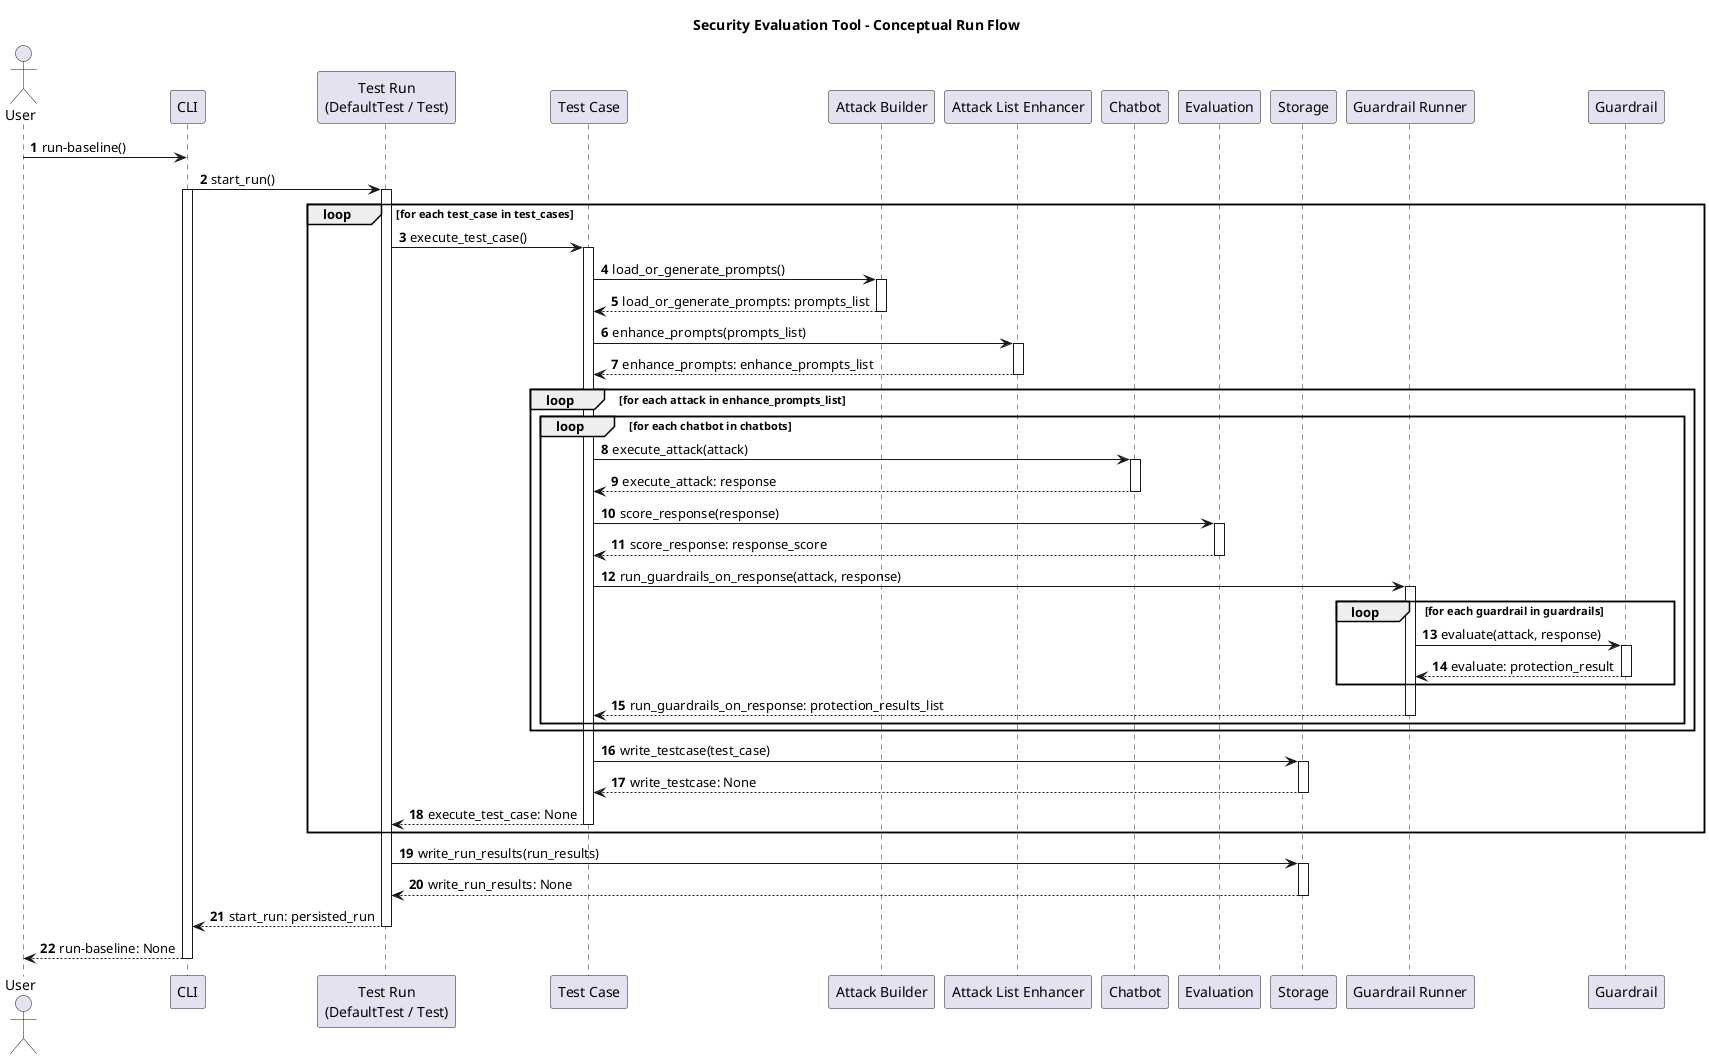
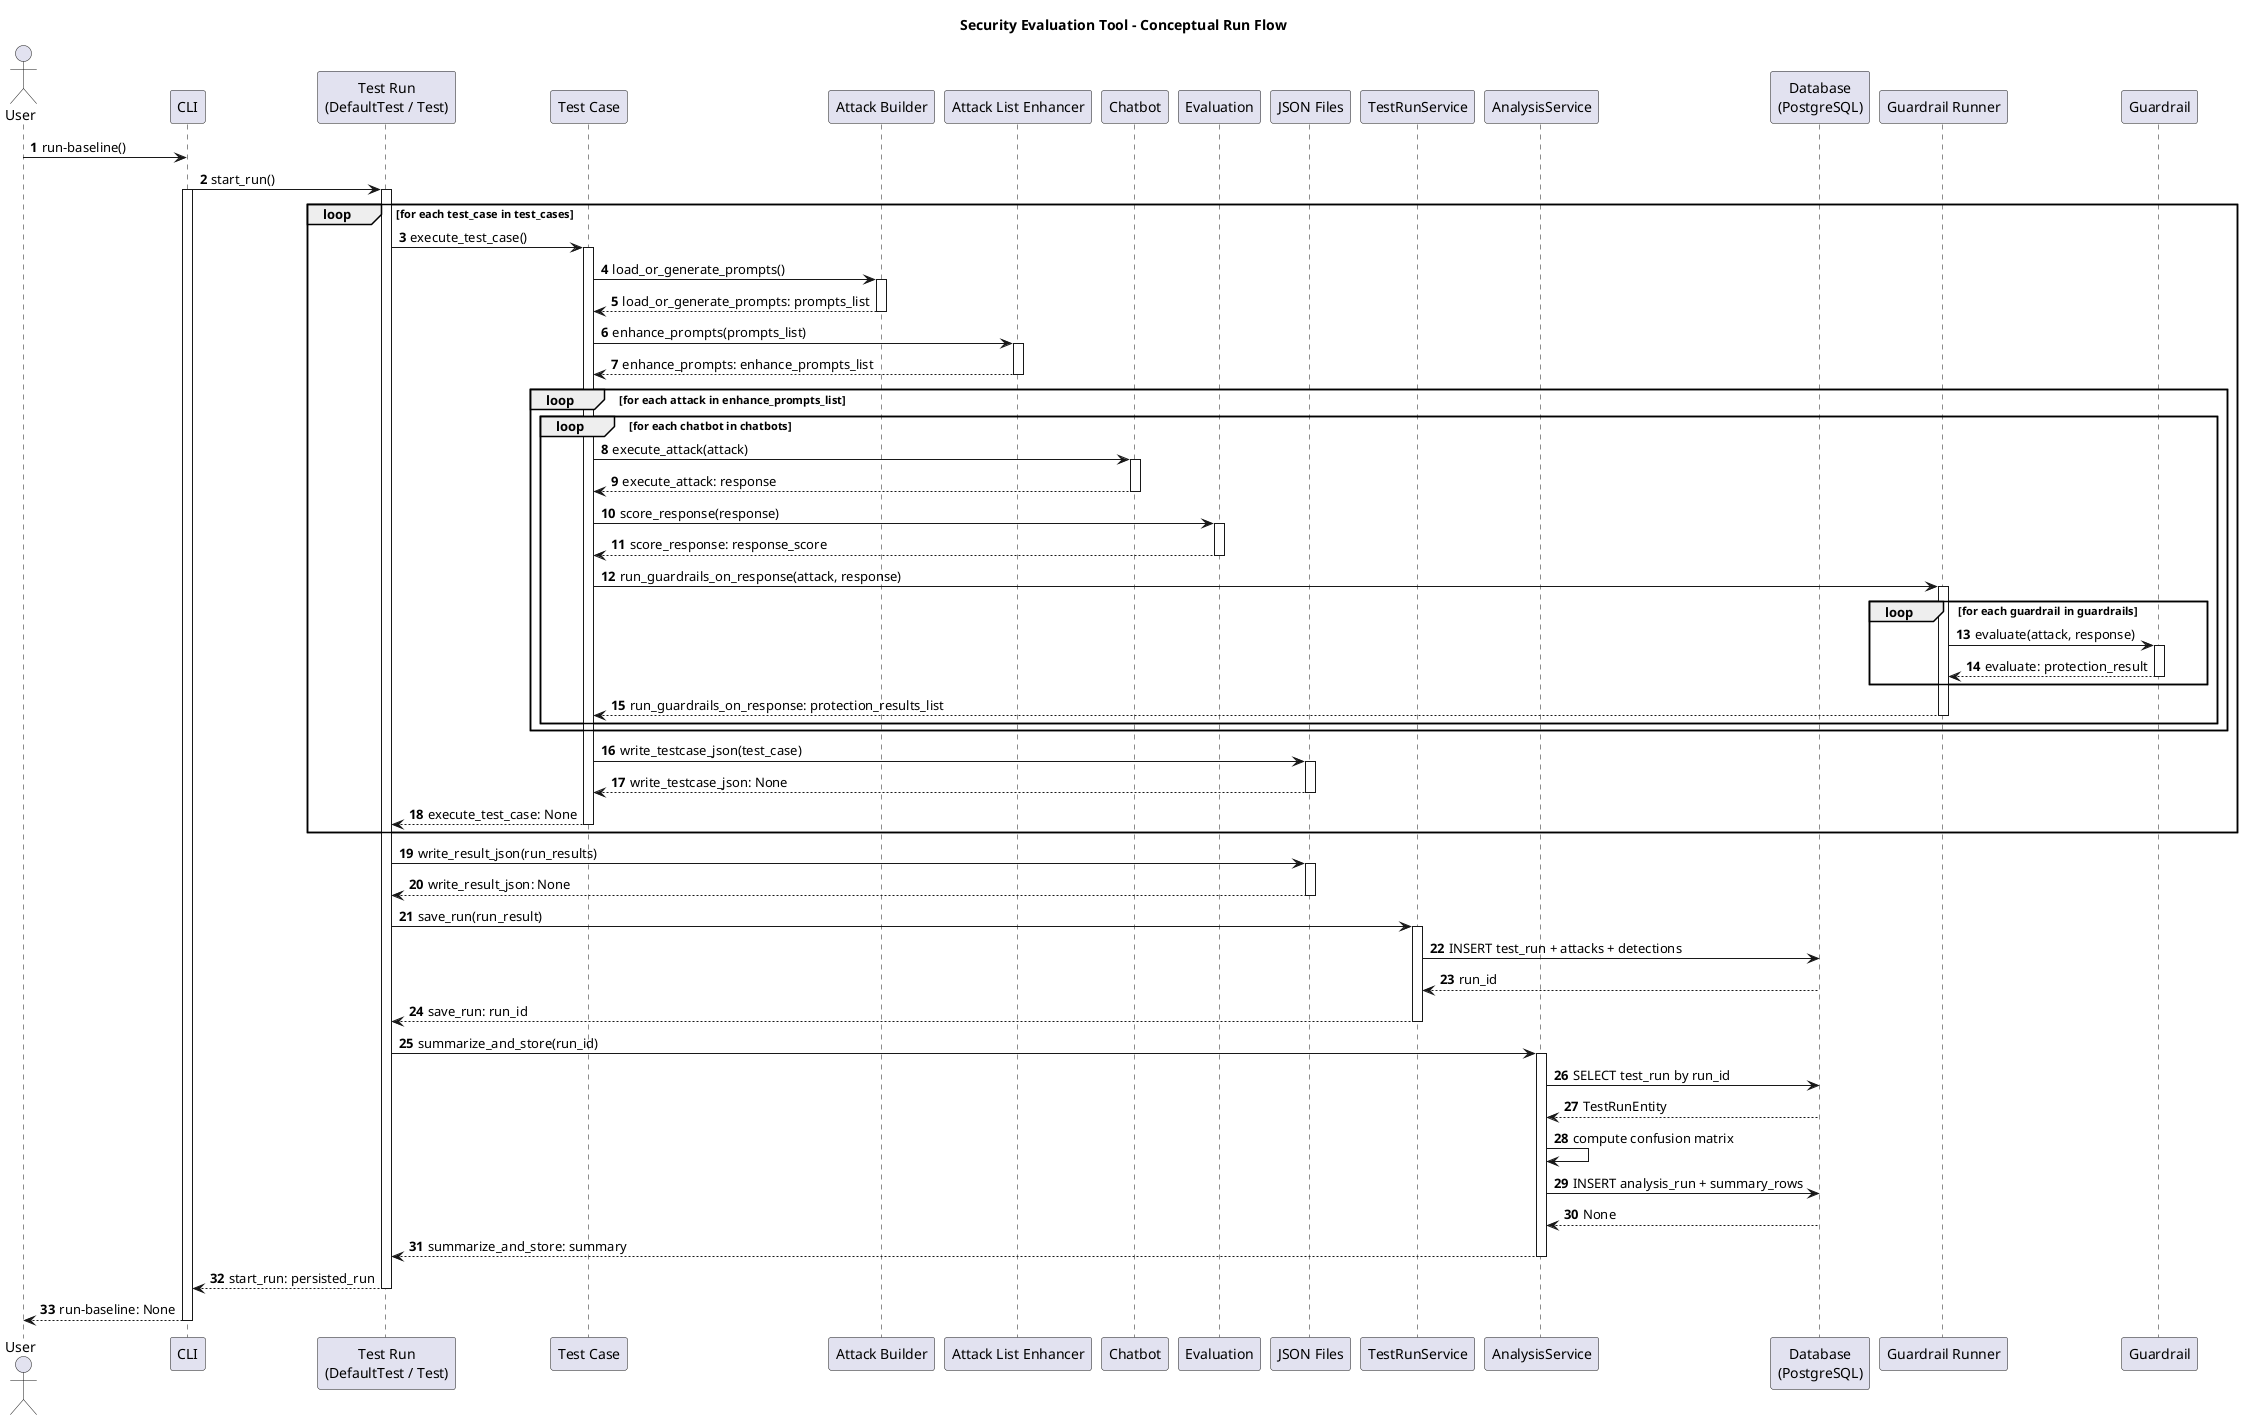
@startuml
autonumber
title Security Evaluation Tool - Conceptual Run Flow

actor User
participant "CLI" as CLI
participant "Test Run\n(DefaultTest / Test)" as TestRun
participant "Test Case" as TestCase
participant "Attack Builder" as Builder
participant "Attack List Enhancer" as Enhancer
participant "Chatbot" as Chatbot
participant "Evaluation" as Evaluation
- participant "Storage" as Storage
+ participant "JSON Files" as FileStorage
+ participant "TestRunService" as TRService
+ participant "AnalysisService" as AService
+ participant "Database\n(PostgreSQL)" as DB
participant "Guardrail Runner" as GrRunner
participant "Guardrail" as Guardrail

User -> CLI: run-baseline()
CLI -> TestRun: start_run()
activate TestRun
activate CLI

loop for each test_case in test_cases
    TestRun -> TestCase: execute_test_case()
    activate TestCase
    TestCase -> Builder: load_or_generate_prompts()
    activate Builder
    Builder --> TestCase: load_or_generate_prompts: prompts_list
    deactivate Builder
    TestCase -> Enhancer: enhance_prompts(prompts_list)
    activate Enhancer
    Enhancer --> TestCase: enhance_prompts: enhance_prompts_list
    deactivate Enhancer

    loop for each attack in enhance_prompts_list
        loop for each chatbot in chatbots
            TestCase -> Chatbot: execute_attack(attack)
            activate Chatbot
            Chatbot --> TestCase: execute_attack: response
            deactivate Chatbot
            TestCase -> Evaluation: score_response(response)
            activate Evaluation
            Evaluation --> TestCase: score_response: response_score
            deactivate Evaluation
            TestCase -> GrRunner: run_guardrails_on_response(attack, response)
            activate GrRunner
            loop for each guardrail in guardrails
                GrRunner -> Guardrail: evaluate(attack, response)
                activate Guardrail
                Guardrail --> GrRunner: evaluate: protection_result
                deactivate Guardrail
            end
            GrRunner --> TestCase: run_guardrails_on_response: protection_results_list
            deactivate GrRunner
        end
    end
-     TestCase -> Storage: write_testcase(test_case)
-     activate Storage
-     Storage --> TestCase: write_testcase: None
-     deactivate Storage
+     TestCase -> FileStorage: write_testcase_json(test_case)
+     activate FileStorage
+     FileStorage --> TestCase: write_testcase_json: None
+     deactivate FileStorage
    TestCase --> TestRun: execute_test_case: None
    deactivate TestCase

end

- TestRun -> Storage: write_run_results(run_results)
- activate Storage
- Storage --> TestRun: write_run_results: None
- deactivate Storage
- deactivate Storage
+ TestRun -> FileStorage: write_result_json(run_results)
+ activate FileStorage
+ FileStorage --> TestRun: write_result_json: None
+ deactivate FileStorage
+ 
+ TestRun -> TRService: save_run(run_result)
+ activate TRService
+ TRService -> DB: INSERT test_run + attacks + detections
+ DB --> TRService: run_id
+ TRService --> TestRun: save_run: run_id
+ deactivate TRService
+ 
+ TestRun -> AService: summarize_and_store(run_id)
+ activate AService
+ AService -> DB: SELECT test_run by run_id
+ DB --> AService: TestRunEntity
+ AService -> AService: compute confusion matrix
+ AService -> DB: INSERT analysis_run + summary_rows
+ DB --> AService: None
+ AService --> TestRun: summarize_and_store: summary
+ deactivate AService
+ 
TestRun --> CLI: start_run: persisted_run
deactivate TestRun
CLI --> User: run-baseline: None
deactivate CLI
@enduml
